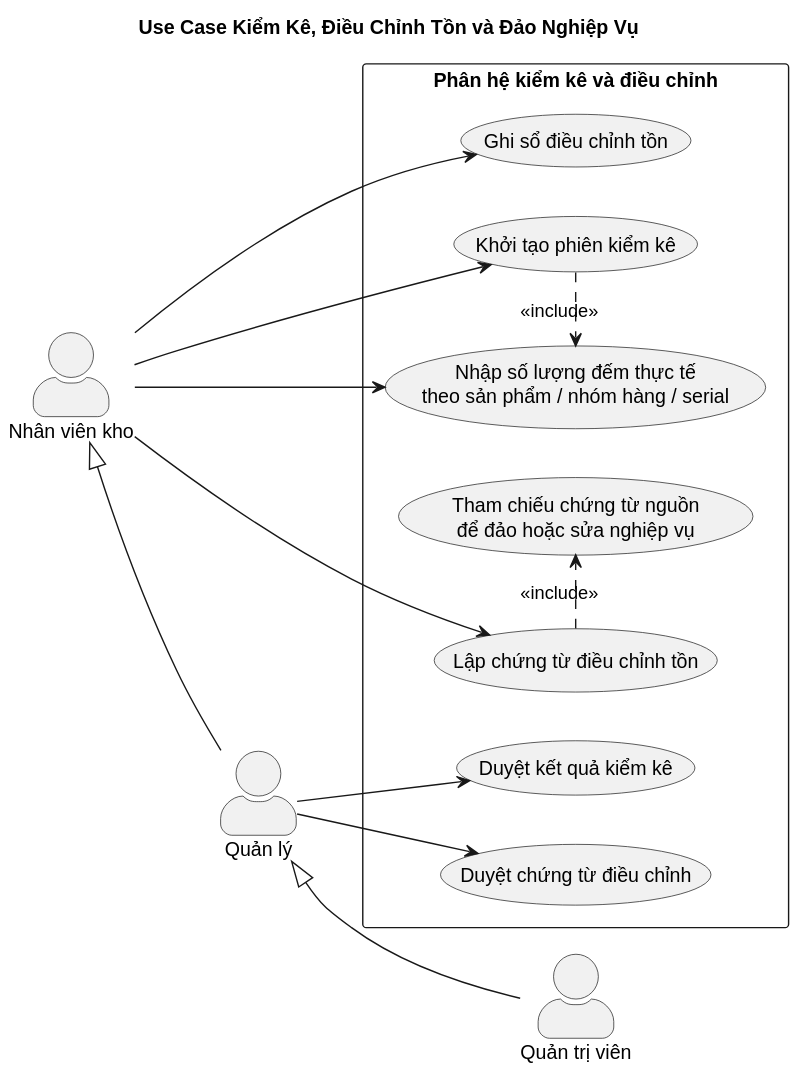
Above: Diagram/plantuml-svg/UseCase_KiemKe_DieuChinh.svg in TheGiver262/WarePro (PlantUML), before the change. Source of this version:
```plantuml
@startuml
title Use Case Kiểm Kê, Điều Chỉnh Tồn và Đảo Nghiệp Vụ
left to right direction
skinparam packageStyle rectangle
skinparam actorStyle awesome
skinparam shadowing false

actor "Quản trị viên" as Admin
actor "Quản lý" as Manager
actor "Nhân viên kho" as Storekeeper

Manager <|-- Admin
Storekeeper <|-- Manager

rectangle "Phân hệ kiểm kê và điều chỉnh" {
  usecase "Khởi tạo phiên kiểm kê" as UC1
  usecase "Nhập số lượng đếm thực tế\ntheo sản phẩm / nhóm hàng / serial" as UC2
  usecase "Duyệt kết quả kiểm kê" as UC3
  usecase "Lập chứng từ điều chỉnh tồn" as UC4
  usecase "Tham chiếu chứng từ nguồn\nđể đảo hoặc sửa nghiệp vụ" as UC5
  usecase "Duyệt chứng từ điều chỉnh" as UC6
  usecase "Ghi sổ điều chỉnh tồn" as UC7
}

Storekeeper --> UC1
Storekeeper --> UC2
Storekeeper --> UC4
Storekeeper --> UC7
Manager --> UC3
Manager --> UC6
UC1 .> UC2 : <<include>>
UC4 .> UC5 : <<include>>
@enduml
```
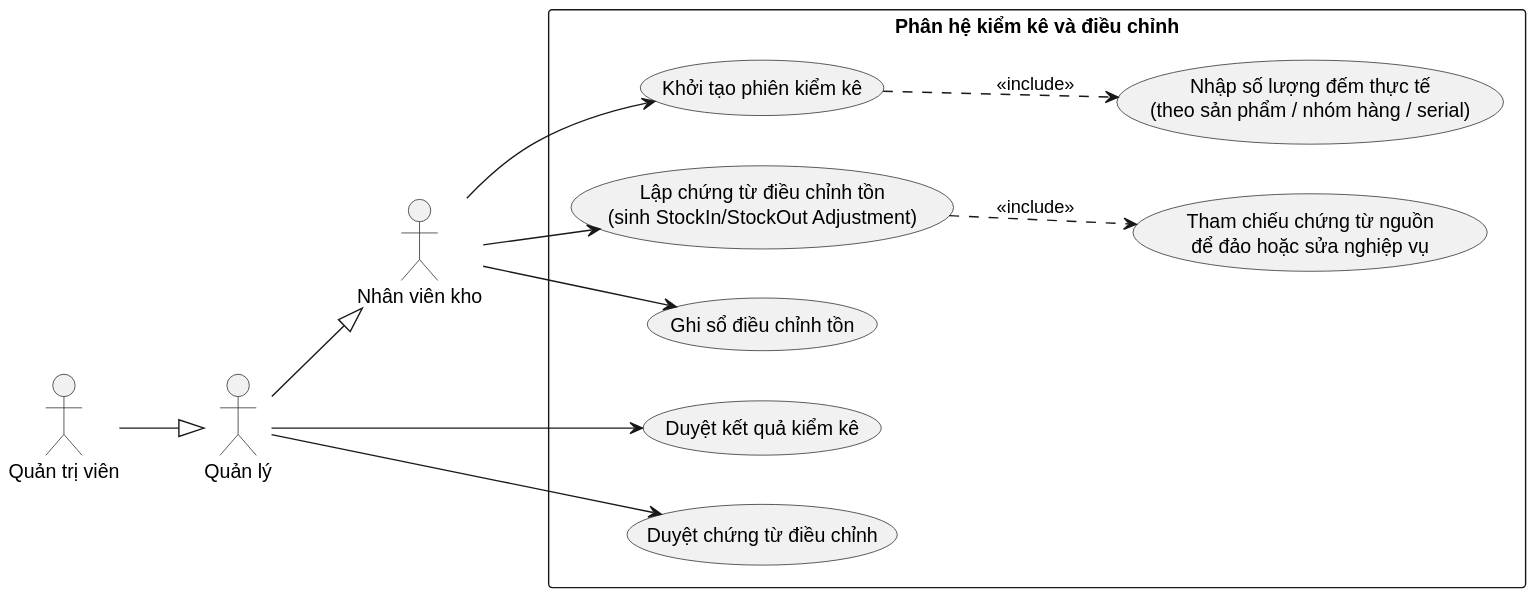
Above is the later version.

Change to the diagram source:
```diff
@@ -1,33 +1,31 @@
 @startuml
-title Use Case Kiểm Kê, Điều Chỉnh Tồn và Đảo Nghiệp Vụ
 left to right direction
-skinparam packageStyle rectangle
-skinparam actorStyle awesome
-skinparam shadowing false
+skinparam packageStyle rect
 
 actor "Quản trị viên" as Admin
 actor "Quản lý" as Manager
 actor "Nhân viên kho" as Storekeeper
 
-Manager <|-- Admin
-Storekeeper <|-- Manager
+Admin --|> Manager
+Manager --|> Storekeeper
 
 rectangle "Phân hệ kiểm kê và điều chỉnh" {
-  usecase "Khởi tạo phiên kiểm kê" as UC1
-  usecase "Nhập số lượng đếm thực tế\ntheo sản phẩm / nhóm hàng / serial" as UC2
-  usecase "Duyệt kết quả kiểm kê" as UC3
-  usecase "Lập chứng từ điều chỉnh tồn" as UC4
-  usecase "Tham chiếu chứng từ nguồn\nđể đảo hoặc sửa nghiệp vụ" as UC5
-  usecase "Duyệt chứng từ điều chỉnh" as UC6
-  usecase "Ghi sổ điều chỉnh tồn" as UC7
+    usecase "Khởi tạo phiên kiểm kê" as UC1
+    usecase "Nhập số lượng đếm thực tế\n(theo sản phẩm / nhóm hàng / serial)" as UC2
+    usecase "Duyệt kết quả kiểm kê" as UC3
+    usecase "Lập chứng từ điều chỉnh tồn\n(sinh StockIn/StockOut Adjustment)" as UC4
+    usecase "Tham chiếu chứng từ nguồn\nđể đảo hoặc sửa nghiệp vụ" as UC5
+    usecase "Duyệt chứng từ điều chỉnh" as UC6
+    usecase "Ghi sổ điều chỉnh tồn" as UC7
 }
 
 Storekeeper --> UC1
-Storekeeper --> UC2
 Storekeeper --> UC4
 Storekeeper --> UC7
+
 Manager --> UC3
 Manager --> UC6
-UC1 .> UC2 : <<include>>
-UC4 .> UC5 : <<include>>
+
+UC1 ..> UC2 : <<include>>
+UC4 ..> UC5 : <<include>>
 @enduml
```
